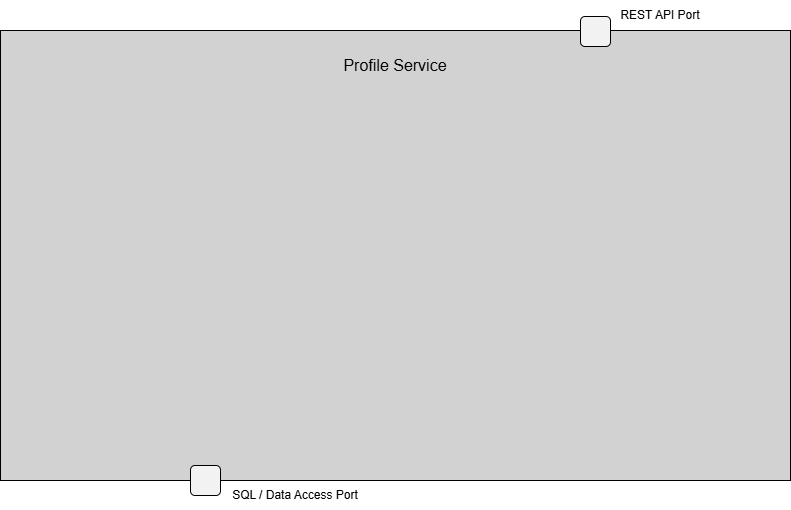
Before: 04_QA_Review/Pending_Review/KU_M1_ProfileService_Top_LevelDiagram_v01.drawio.png, a diagram exported from draw.io (JmmonJeremy/CareerBound-SDD). Source tidied: cells renumbered, new cells last; positions are measured from the earlier drawing's top-left corner, leaving out a move shared by most shapes.
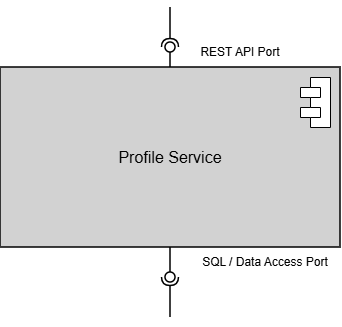
Above is the later version.

What changed in the source:
```diff
@@ -2,23 +2,45 @@
   <root>
     <mxCell id="0" />
     <mxCell id="1" parent="0" />
-    <mxCell id="2" style="html=1;whiteSpace=wrap;fillColor=#D2D2D2;" parent="1" vertex="1">
-      <mxGeometry y="30" width="790" height="450" as="geometry" />
+    <mxCell id="2" style="html=1;whiteSpace=wrap;fillColor=#D2D2D2;strokeWidth=1.5;" parent="1" vertex="1">
+      <mxGeometry x="250" y="140" width="340" height="180" as="geometry" />
     </mxCell>
     <mxCell id="3" value="Profile Service" style="text;html=1;whiteSpace=wrap;strokeColor=none;fillColor=none;align=center;verticalAlign=middle;rounded=0;fontSize=16;" parent="1" vertex="1">
-      <mxGeometry x="330" y="50" width="130" height="30" as="geometry" />
+      <mxGeometry x="355" y="215" width="130" height="30" as="geometry" />
     </mxCell>
-    <mxCell id="4" style="rounded=1;whiteSpace=wrap;html=1;fillColor=#F2F2F2;" parent="1" vertex="1">
-      <mxGeometry x="580" y="16" width="30" height="30" as="geometry" />
-    </mxCell>
     <mxCell id="5" value="REST API Port" style="text;html=1;whiteSpace=wrap;strokeColor=none;fillColor=none;align=center;verticalAlign=middle;rounded=0;" parent="1" vertex="1">
-      <mxGeometry x="610" width="100" height="30" as="geometry" />
+      <mxGeometry x="440" y="110" width="100" height="30" as="geometry" />
     </mxCell>
-    <mxCell id="6" style="rounded=1;whiteSpace=wrap;html=1;fillColor=#F2F2F2;" parent="1" vertex="1">
-      <mxGeometry x="190" y="465" width="30" height="30" as="geometry" />
-    </mxCell>
     <mxCell id="7" value="SQL / Data Access Port" style="text;html=1;whiteSpace=wrap;strokeColor=none;fillColor=none;align=center;verticalAlign=middle;rounded=0;" parent="1" vertex="1">
-      <mxGeometry x="220" y="480" width="150" height="30" as="geometry" />
+      <mxGeometry x="440" y="320" width="150" height="30" as="geometry" />
     </mxCell>
+    <mxCell id="8" style="rounded=0;orthogonalLoop=1;jettySize=auto;html=1;endArrow=halfCircle;endFill=0;endSize=6;strokeWidth=1.5;sketch=0;" parent="1" edge="1">
+      <mxGeometry relative="1" as="geometry">
+        <mxPoint x="420" y="80" as="sourcePoint" />
+        <mxPoint x="420" y="120" as="targetPoint" />
+      </mxGeometry>
+    </mxCell>
+    <mxCell id="9" style="rounded=0;jettySize=auto;html=1;endArrow=oval;endFill=0;sketch=0;sourcePerimeterSpacing=0;targetPerimeterSpacing=0;endSize=10;exitX=0.5;exitY=0;exitDx=0;exitDy=0;strokeWidth=1.5;" parent="1" edge="1" source="2">
+      <mxGeometry relative="1" as="geometry">
+        <mxPoint x="420" y="120" as="targetPoint" />
+      </mxGeometry>
+    </mxCell>
+    <mxCell id="10" style="ellipse;whiteSpace=wrap;html=1;align=center;fillColor=none;strokeColor=none;perimeter=centerPerimeter;strokeWidth=1.5;" parent="1" vertex="1">
+      <mxGeometry x="415" y="100" width="10" height="10" as="geometry" />
+    </mxCell>
+    <mxCell id="11" style="shape=module;align=left;spacingLeft=20;align=center;verticalAlign=top;whiteSpace=wrap;html=1;" parent="1" vertex="1">
+      <mxGeometry x="550" y="150" width="30" height="50" as="geometry" />
+    </mxCell>
+    <mxCell id="12" style="rounded=0;jettySize=auto;html=1;endArrow=oval;endFill=0;sketch=0;sourcePerimeterSpacing=0;targetPerimeterSpacing=0;endSize=10;exitX=0.5;exitY=1;exitDx=0;exitDy=0;strokeWidth=1.5;" parent="1" edge="1" source="2">
+      <mxGeometry relative="1" as="geometry">
+        <mxPoint x="420" y="350" as="targetPoint" />
+      </mxGeometry>
+    </mxCell>
+    <mxCell id="13" style="rounded=0;orthogonalLoop=1;jettySize=auto;html=1;endArrow=halfCircle;endFill=0;endSize=6;strokeWidth=1.5;sketch=0;" parent="1" edge="1">
+      <mxGeometry relative="1" as="geometry">
+        <mxPoint x="420" y="390" as="sourcePoint" />
+        <mxPoint x="420" y="350" as="targetPoint" />
+      </mxGeometry>
+    </mxCell>
   </root>
 </mxGraphModel>
```
